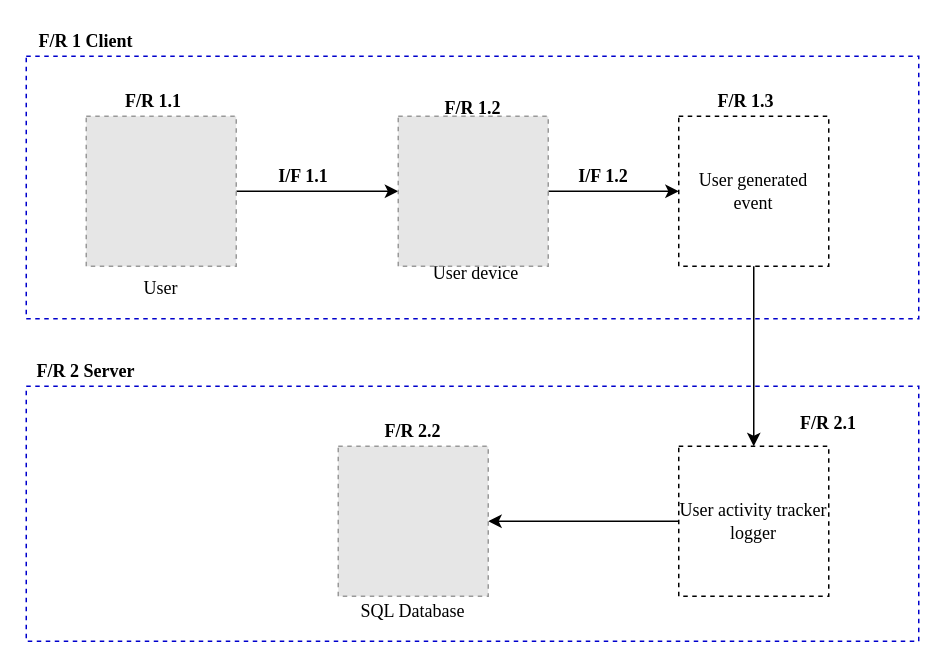
CorrieScheepers/Masters keeps this draw.io diagram as img/Chapter2/SystemA_Architecture_Diagram/SystemA_Architecture_Diagram.drawio. Above is the earlier version. Source tidied: cells renumbered, new cells numbered last; positions are measured from the earlier drawing's top-left corner, leaving out a move shared by most shapes. Both pictures are drawn from the tidied source at 150%, with x=0, y=0 at pixel (26, 26). Pictures stored in the file or linked from it are replaced by grey dashed boxes.
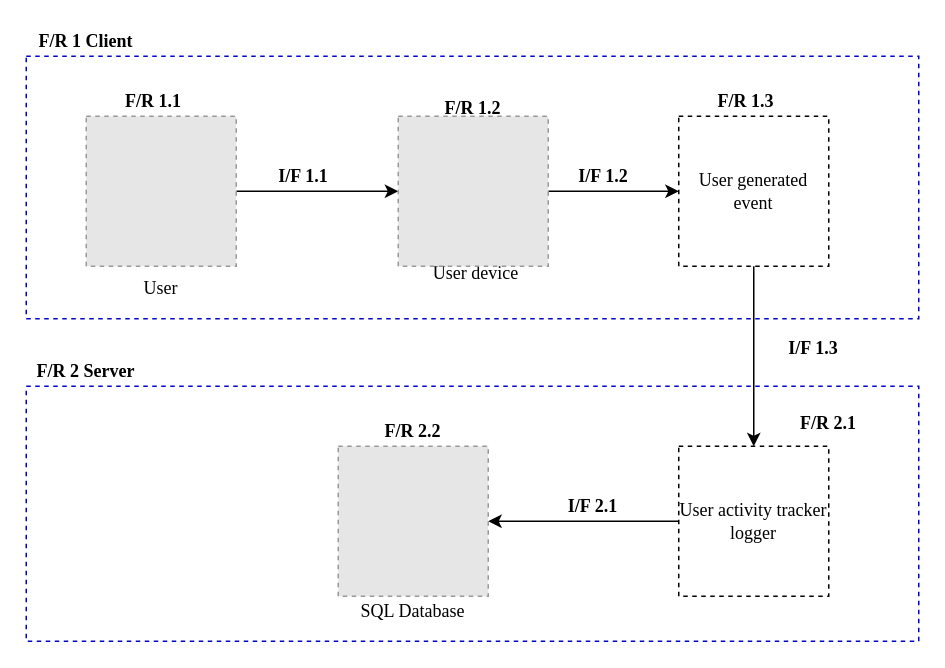
After the change.

Diff of the diagram source:
```diff
@@
+    <mxCell id="25" value="&lt;b&gt;I/F 1.3&lt;/b&gt;" style="text;html=1;strokeColor=none;fillColor=none;align=center;verticalAlign=middle;whiteSpace=wrap;rounded=0;dashed=1;fontFamily=Times New Roman;" parent="1" vertex="1">
+      <mxGeometry x="485" y="205" width="80" height="20" as="geometry" />
+    </mxCell>
+    <mxCell id="26" value="&lt;b&gt;I/F 2.1&lt;/b&gt;" style="text;html=1;strokeColor=none;fillColor=none;align=center;verticalAlign=middle;whiteSpace=wrap;rounded=0;dashed=1;fontFamily=Times New Roman;" parent="1" vertex="1">
+      <mxGeometry x="338" y="310" width="80" height="20" as="geometry" />
+    </mxCell>
```
